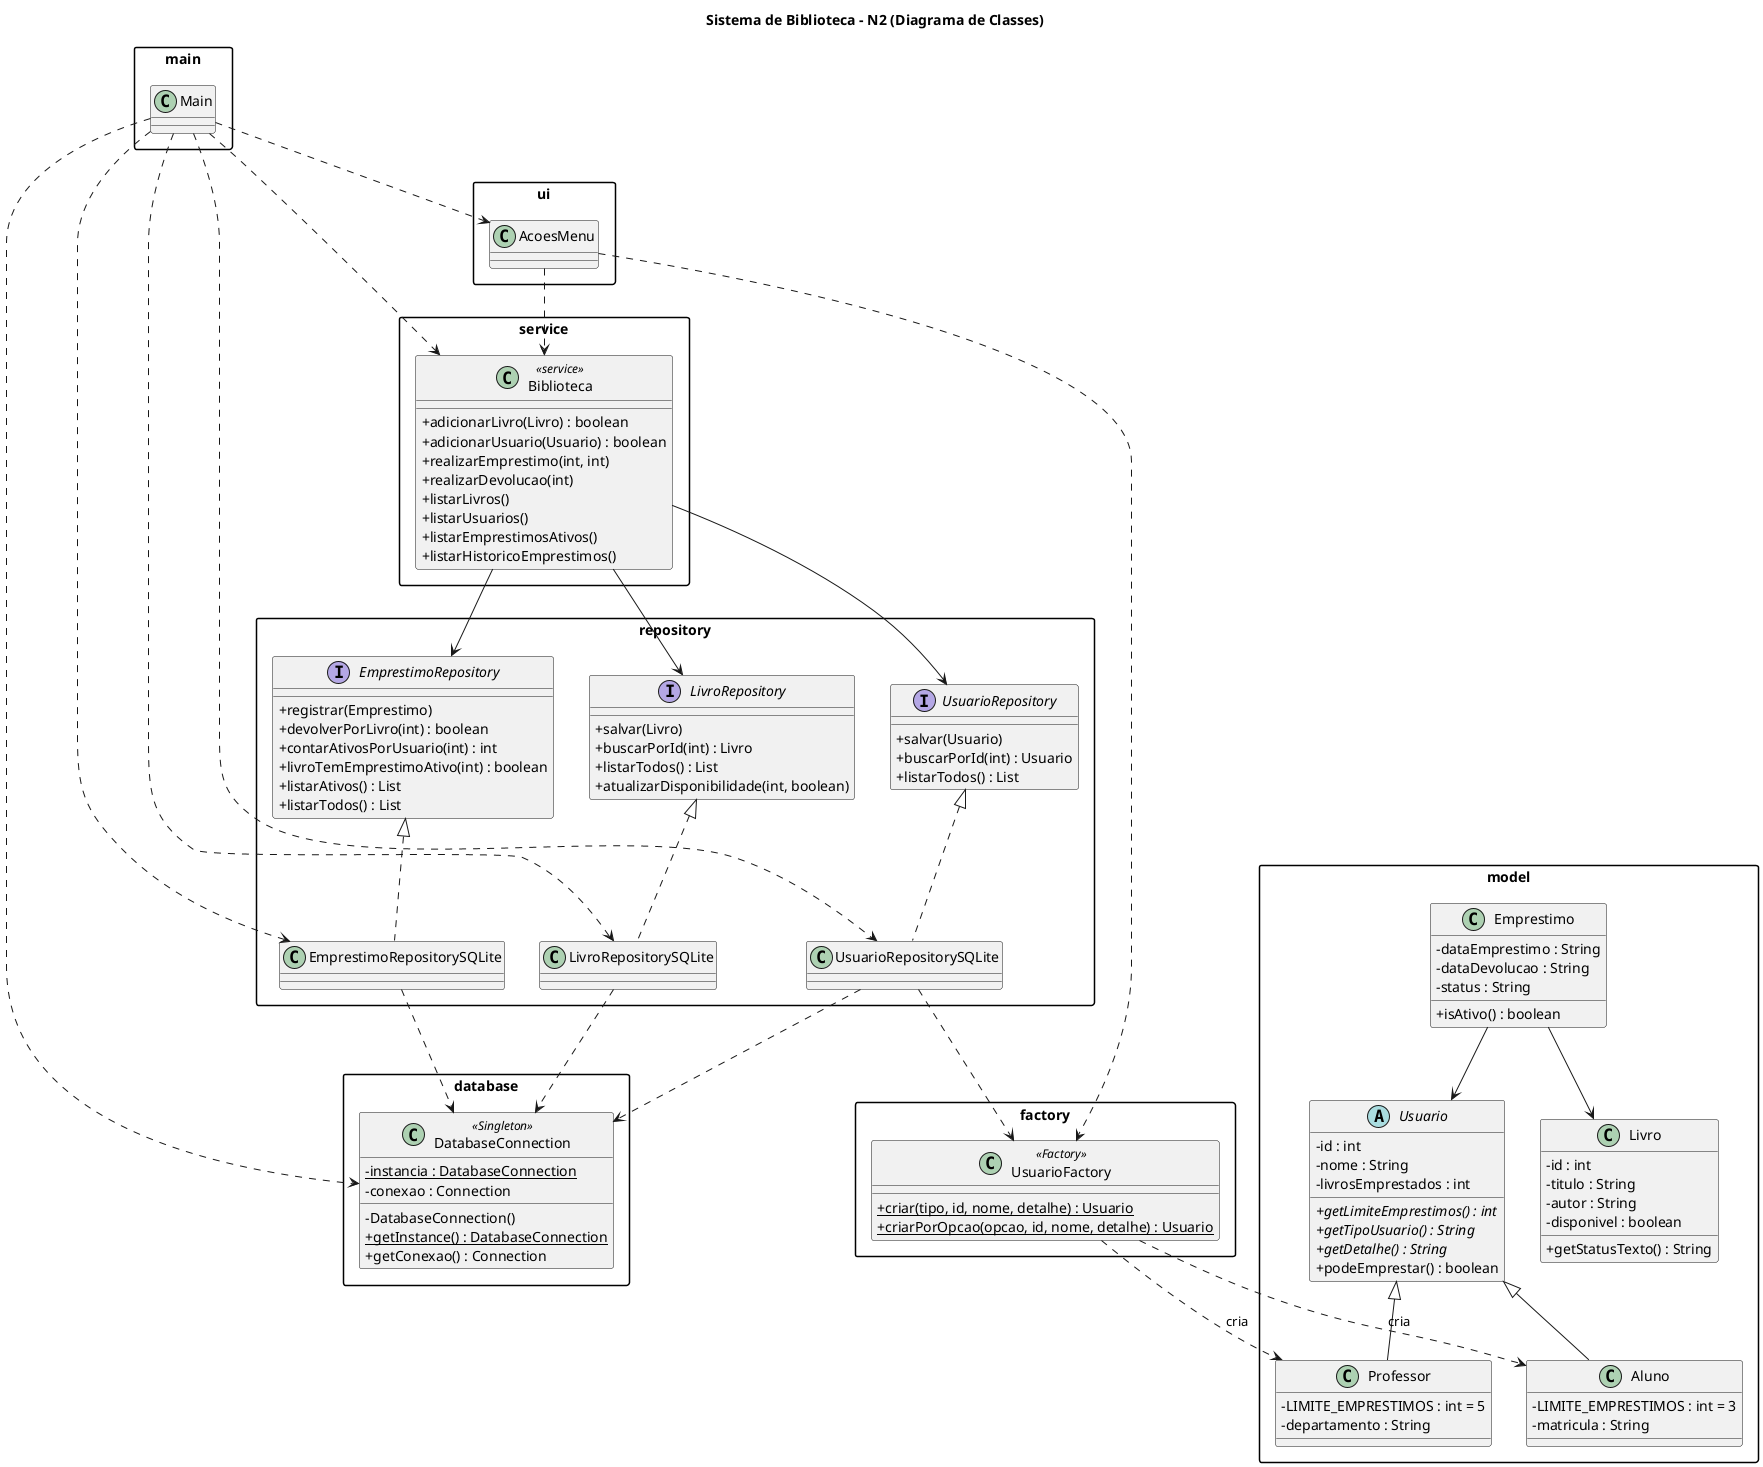
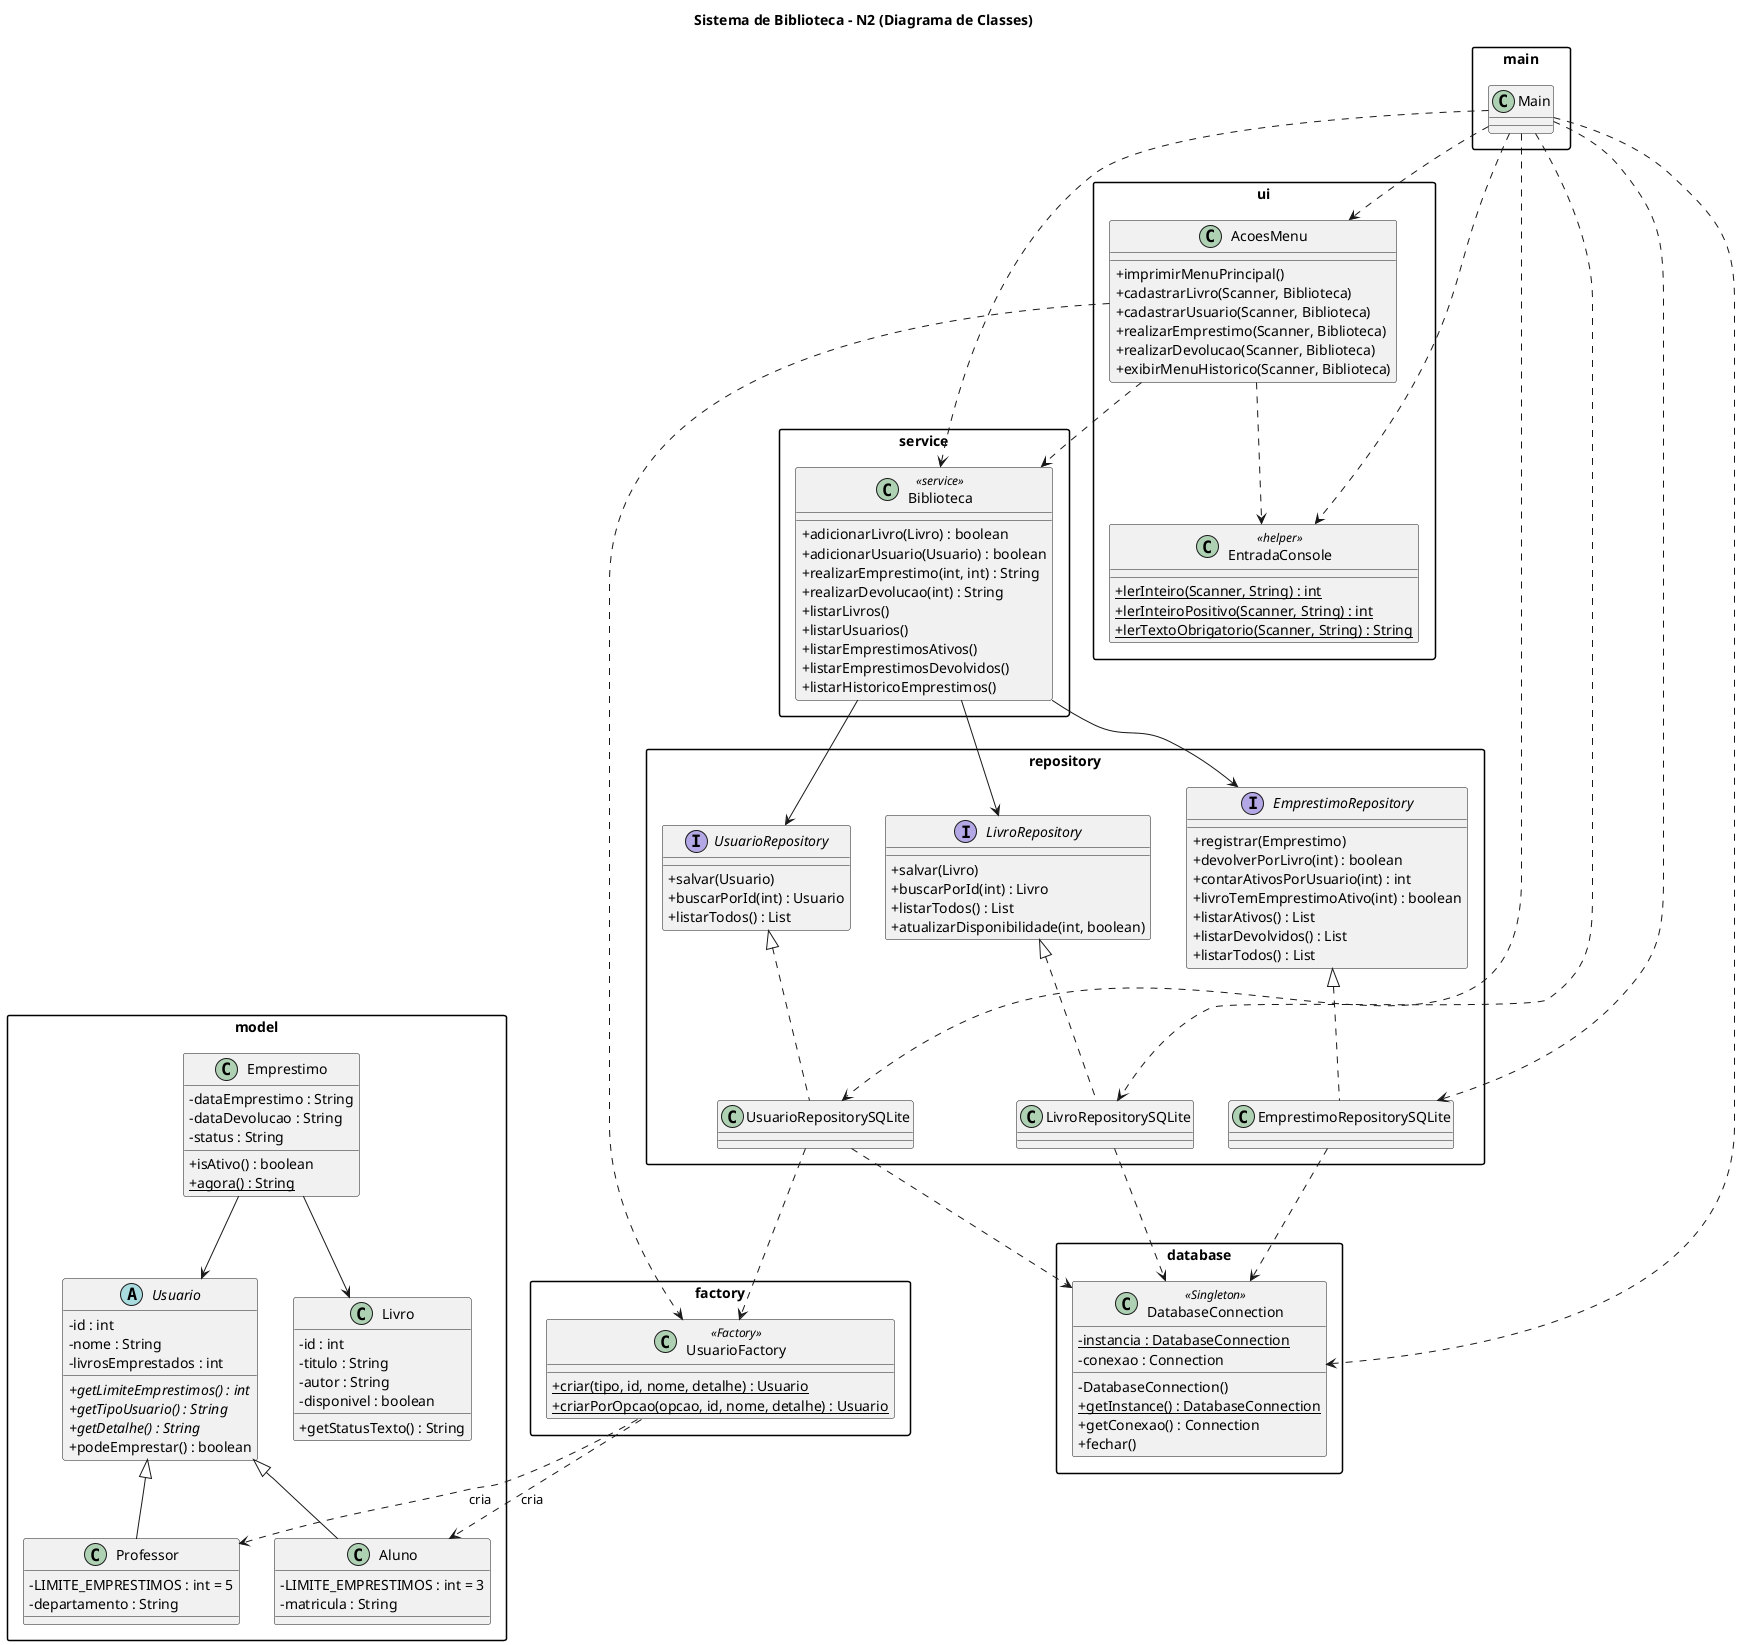
@startuml
title Sistema de Biblioteca - N2 (Diagrama de Classes)

skinparam classAttributeIconSize 0
skinparam shadowing false
skinparam packageStyle rectangle

package model {
  abstract class Usuario {
    - id : int
    - nome : String
    - livrosEmprestados : int
    + {abstract} getLimiteEmprestimos() : int
    + {abstract} getTipoUsuario() : String
    + {abstract} getDetalhe() : String
    + podeEmprestar() : boolean
  }
  class Aluno {
    - LIMITE_EMPRESTIMOS : int = 3
    - matricula : String
  }
  class Professor {
    - LIMITE_EMPRESTIMOS : int = 5
    - departamento : String
  }
  class Livro {
    - id : int
    - titulo : String
    - autor : String
    - disponivel : boolean
    + getStatusTexto() : String
  }
  class Emprestimo {
    - dataEmprestimo : String
    - dataDevolucao : String
    - status : String
    + isAtivo() : boolean
+     + {static} agora() : String
  }
}

package factory {
  class UsuarioFactory <<Factory>> {
    + {static} criar(tipo, id, nome, detalhe) : Usuario
    + {static} criarPorOpcao(opcao, id, nome, detalhe) : Usuario
  }
}

package database {
  class DatabaseConnection <<Singleton>> {
    - {static} instancia : DatabaseConnection
    - conexao : Connection
    - DatabaseConnection()
    + {static} getInstance() : DatabaseConnection
    + getConexao() : Connection
+     + fechar()
  }
}

package repository {
  interface LivroRepository {
    + salvar(Livro)
    + buscarPorId(int) : Livro
    + listarTodos() : List
    + atualizarDisponibilidade(int, boolean)
  }
  interface UsuarioRepository {
    + salvar(Usuario)
    + buscarPorId(int) : Usuario
    + listarTodos() : List
  }
  interface EmprestimoRepository {
    + registrar(Emprestimo)
    + devolverPorLivro(int) : boolean
    + contarAtivosPorUsuario(int) : int
    + livroTemEmprestimoAtivo(int) : boolean
    + listarAtivos() : List
+     + listarDevolvidos() : List
    + listarTodos() : List
  }
  class LivroRepositorySQLite
  class UsuarioRepositorySQLite
  class EmprestimoRepositorySQLite
}

package service {
  class Biblioteca <<service>> {
    + adicionarLivro(Livro) : boolean
    + adicionarUsuario(Usuario) : boolean
-     + realizarEmprestimo(int, int)
-     + realizarDevolucao(int)
+     + realizarEmprestimo(int, int) : String
+     + realizarDevolucao(int) : String
    + listarLivros()
    + listarUsuarios()
    + listarEmprestimosAtivos()
+     + listarEmprestimosDevolvidos()
    + listarHistoricoEmprestimos()
  }
}

package ui {
-   class AcoesMenu
+   class AcoesMenu {
+     + imprimirMenuPrincipal()
+     + cadastrarLivro(Scanner, Biblioteca)
+     + cadastrarUsuario(Scanner, Biblioteca)
+     + realizarEmprestimo(Scanner, Biblioteca)
+     + realizarDevolucao(Scanner, Biblioteca)
+     + exibirMenuHistorico(Scanner, Biblioteca)
+   }
+   class EntradaConsole <<helper>> {
+     + {static} lerInteiro(Scanner, String) : int
+     + {static} lerInteiroPositivo(Scanner, String) : int
+     + {static} lerTextoObrigatorio(Scanner, String) : String
+   }
}

package main {
  class Main
}

' ---- Heranca ----
Usuario <|-- Aluno
Usuario <|-- Professor

' ---- Associacoes do modelo ----
Emprestimo --> Usuario
Emprestimo --> Livro

' ---- Factory ----
UsuarioFactory ..> Aluno : cria
UsuarioFactory ..> Professor : cria

' ---- Implementacao das interfaces ----
LivroRepository <|.. LivroRepositorySQLite
UsuarioRepository <|.. UsuarioRepositorySQLite
EmprestimoRepository <|.. EmprestimoRepositorySQLite

' ---- Repositorios usam o Singleton ----
LivroRepositorySQLite ..> DatabaseConnection
UsuarioRepositorySQLite ..> DatabaseConnection
EmprestimoRepositorySQLite ..> DatabaseConnection
UsuarioRepositorySQLite ..> UsuarioFactory

' ---- Servico depende das interfaces ----
Biblioteca --> LivroRepository
Biblioteca --> UsuarioRepository
Biblioteca --> EmprestimoRepository

' ---- UI e Main ----
AcoesMenu ..> Biblioteca
AcoesMenu ..> UsuarioFactory
+ AcoesMenu ..> EntradaConsole
Main ..> Biblioteca
Main ..> AcoesMenu
+ Main ..> EntradaConsole
Main ..> DatabaseConnection
Main ..> LivroRepositorySQLite
Main ..> UsuarioRepositorySQLite
Main ..> EmprestimoRepositorySQLite

@enduml
